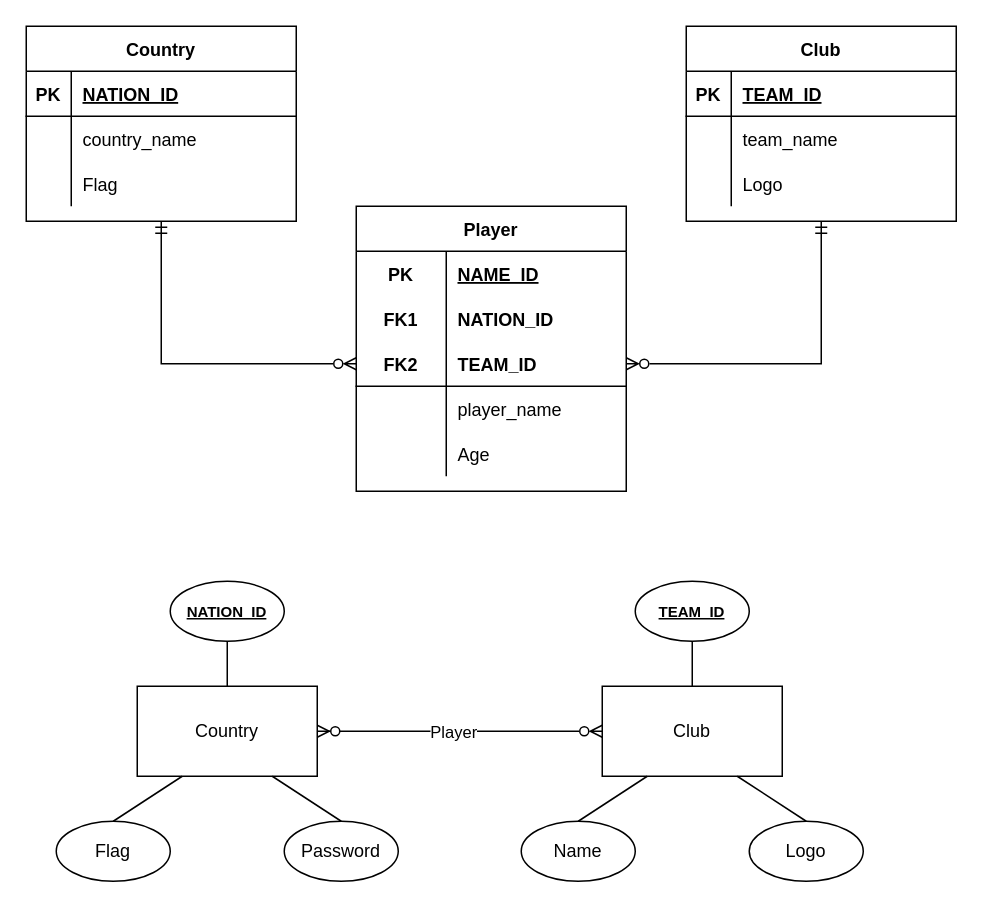
The draw.io diagram erd.drawio in Nikolay-spec/bd_lab2_shevchenko, before the edit. Source tidied: cells renumbered, new cells numbered last; positions are measured from the earlier drawing's top-left corner, leaving out a move shared by most shapes. Both pictures are drawn from the tidied source at 150%, with x=0, y=0 at pixel (26, 26).
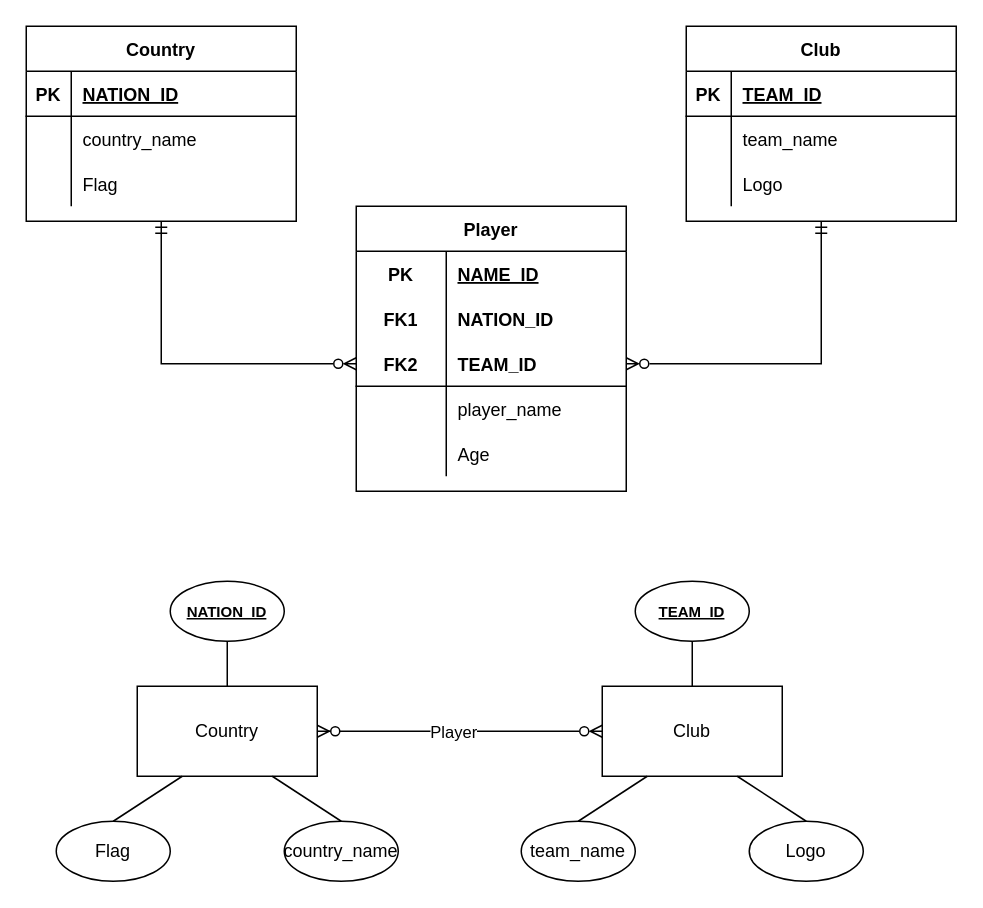
The same diagram, later.

Diff of the diagram source:
```diff
@@
-    <mxCell id="46" value="Name" style="ellipse;whiteSpace=wrap;html=1;" parent="1" vertex="1">
+    <mxCell id="46" value="team_name" style="ellipse;whiteSpace=wrap;html=1;" parent="1" vertex="1">
       <mxGeometry x="330" y="530" width="76" height="40" as="geometry" />
     </mxCell>
@@
-    <mxCell id="53" value="Password" style="ellipse;whiteSpace=wrap;html=1;" parent="1" vertex="1">
+    <mxCell id="53" value="country_name" style="ellipse;whiteSpace=wrap;html=1;" parent="1" vertex="1">
       <mxGeometry x="172" y="530" width="76" height="40" as="geometry" />
     </mxCell>
```
